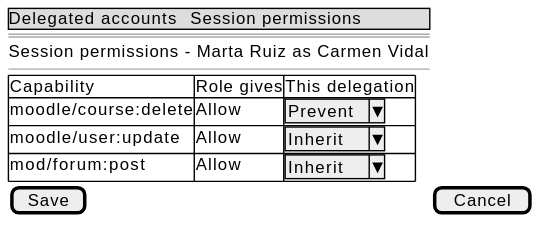
Earlier version of the PlantUML export docs/en/technical/requirements/use-cases/editSessionPermissions/wireframes.svg (didactika/moodle-local_delegateaccount).
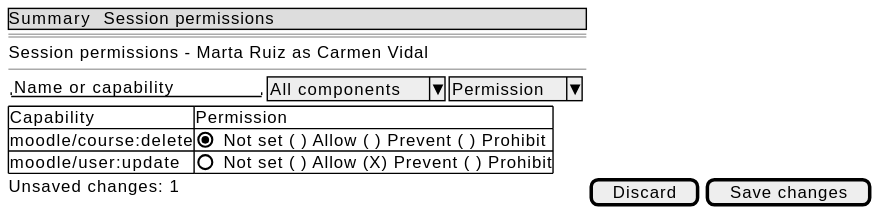
Later version of the same file.

Change to the diagram source:
```diff
@@ -1,15 +1,15 @@
 @startsalt
 {
-  {* Delegated accounts | Session permissions }
+  {* Summary | Session permissions }
   ==
   Session permissions - Marta Ruiz as Carmen Vidal
   --
+  { "Name or capability    " | ^All components^ | ^Permission^ }
   {#
-    Capability | Role gives | This delegation
-    moodle/course:delete | Allow | ^Prevent^
-    moodle/user:update | Allow | ^Inherit^
-    mod/forum:post | Allow | ^Inherit^
+    Capability | Permission
+    moodle/course:delete | (X) Not set ( ) Allow ( ) Prevent ( ) Prohibit
+    moodle/user:update | ( ) Not set ( ) Allow (X) Prevent ( ) Prohibit
   }
-  [ Save ] | [ Cancel ]
+  Unsaved changes: 1 | [ Discard ] | [ Save changes ]
 }
 @endsalt
```
